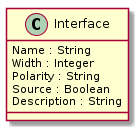
The PlantUML diagram docs/source/img/port_class.png in jeremiah-c-leary/design-explorer, before a commit. Source of this version:
```plantuml
@startuml
  class Interface {
    Name : String
    Width : Integer
    Polarity : String
    Source : Boolean
    Description : String
  }
@enduml
```
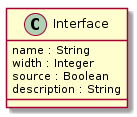
Above is the later version.

The edit, as a diff of the source:
```diff
@@ -1,9 +1,8 @@
 @startuml
   class Interface {
-    Name : String
-    Width : Integer
-    Polarity : String
-    Source : Boolean
-    Description : String
+    name : String
+    width : Integer
+    source : Boolean
+    description : String
   }
 @enduml
```
